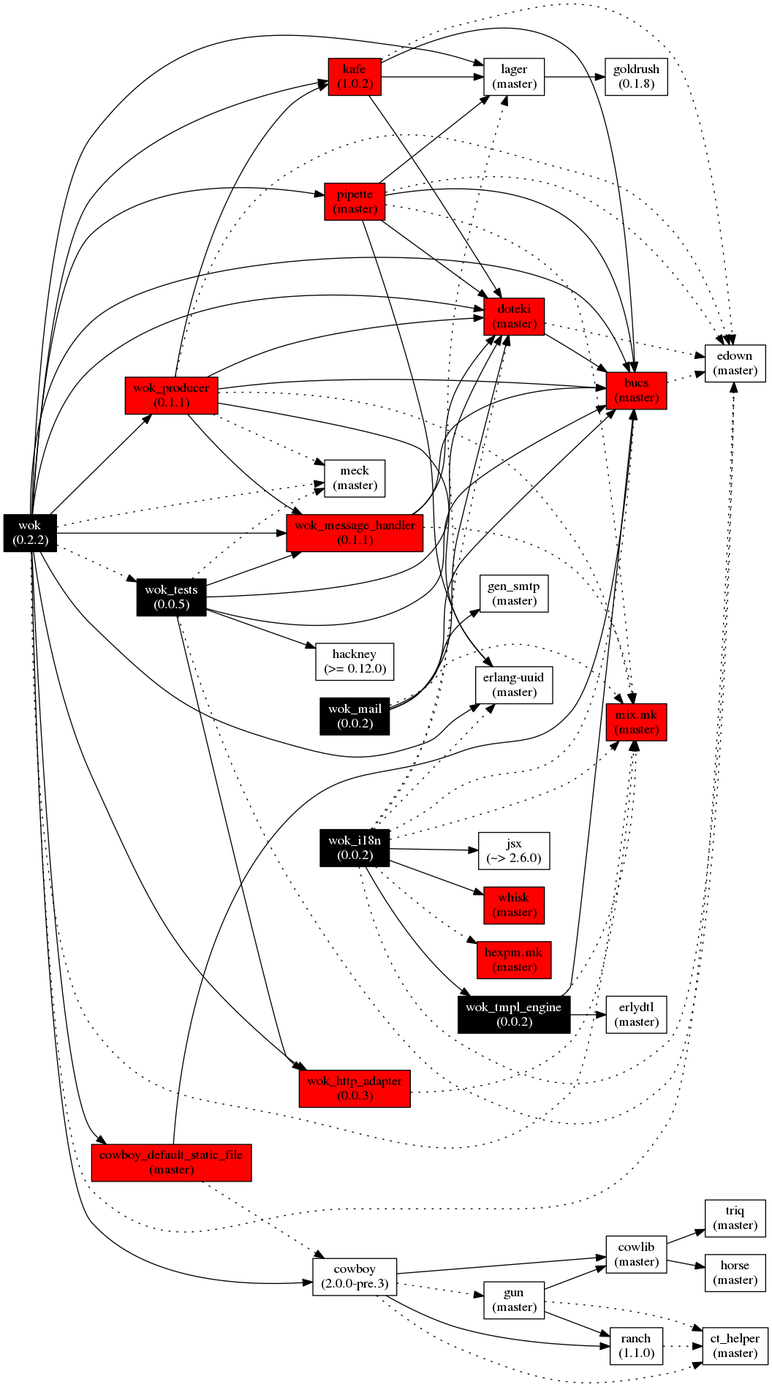
botsunit/wok keeps this Graphviz diagram as images/wok.deps.png. Above is the earlier version. Its source is kept beside it as images/wok.deps.gv.
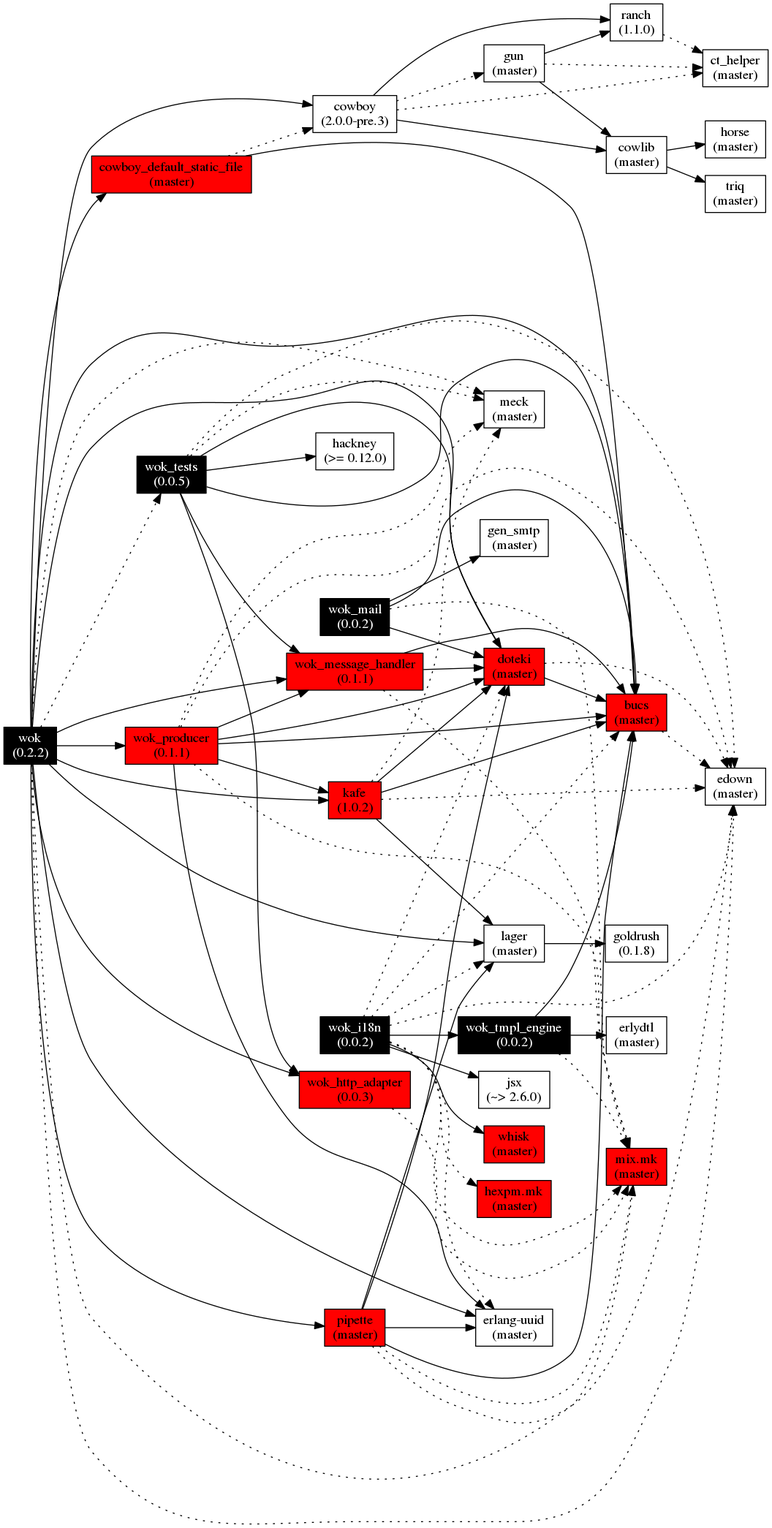
After the commit.

What changed in the source:
```diff
@@ -83,6 +83,7 @@
   kafe -> bucs;
   kafe -> doteki;
   kafe -> edown[style=dotted];
+  kafe -> meck[style=dotted];
 
   cowboy -> cowlib;
   cowboy -> ranch;
```
